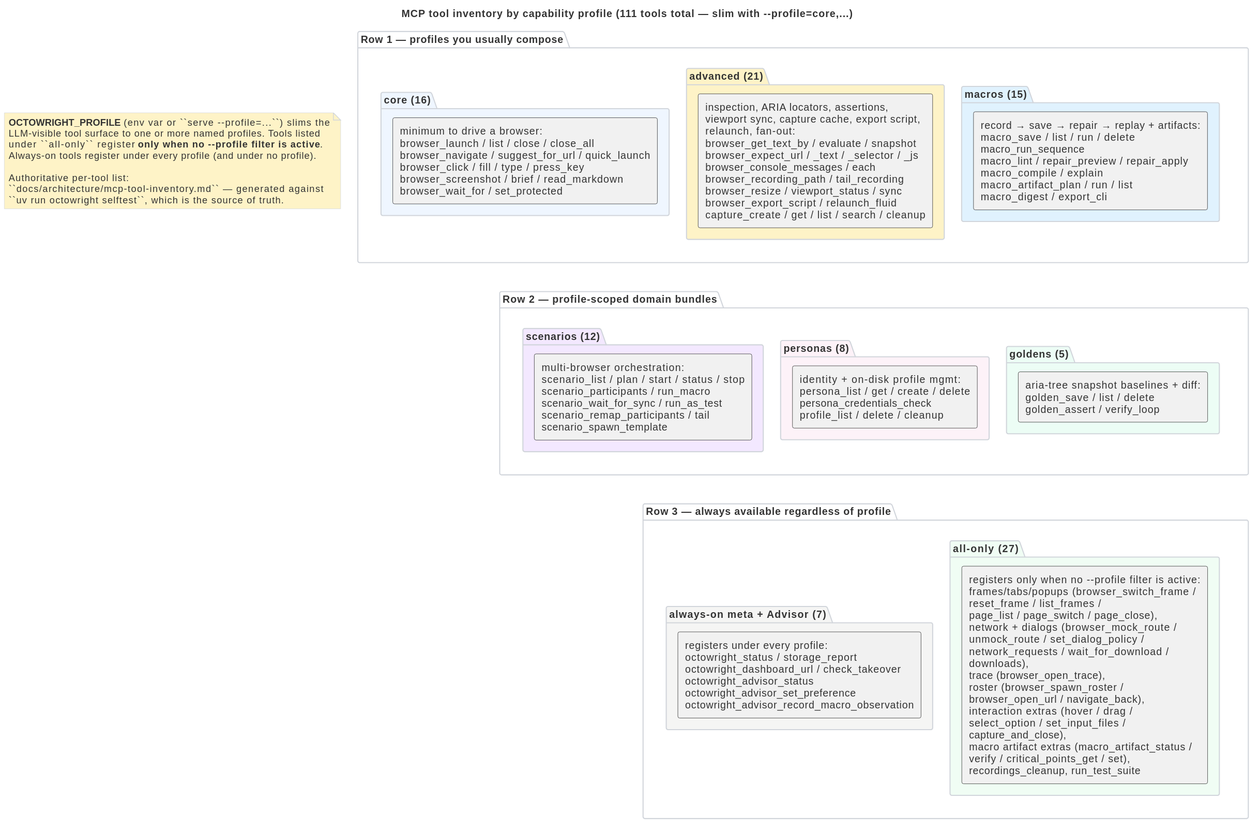
The PlantUML diagram docs/architecture/mcp-tool-surface.svg in livingstaccato/octowright, before a commit. Its source is kept beside it as docs/architecture/mcp-tool-surface.puml.
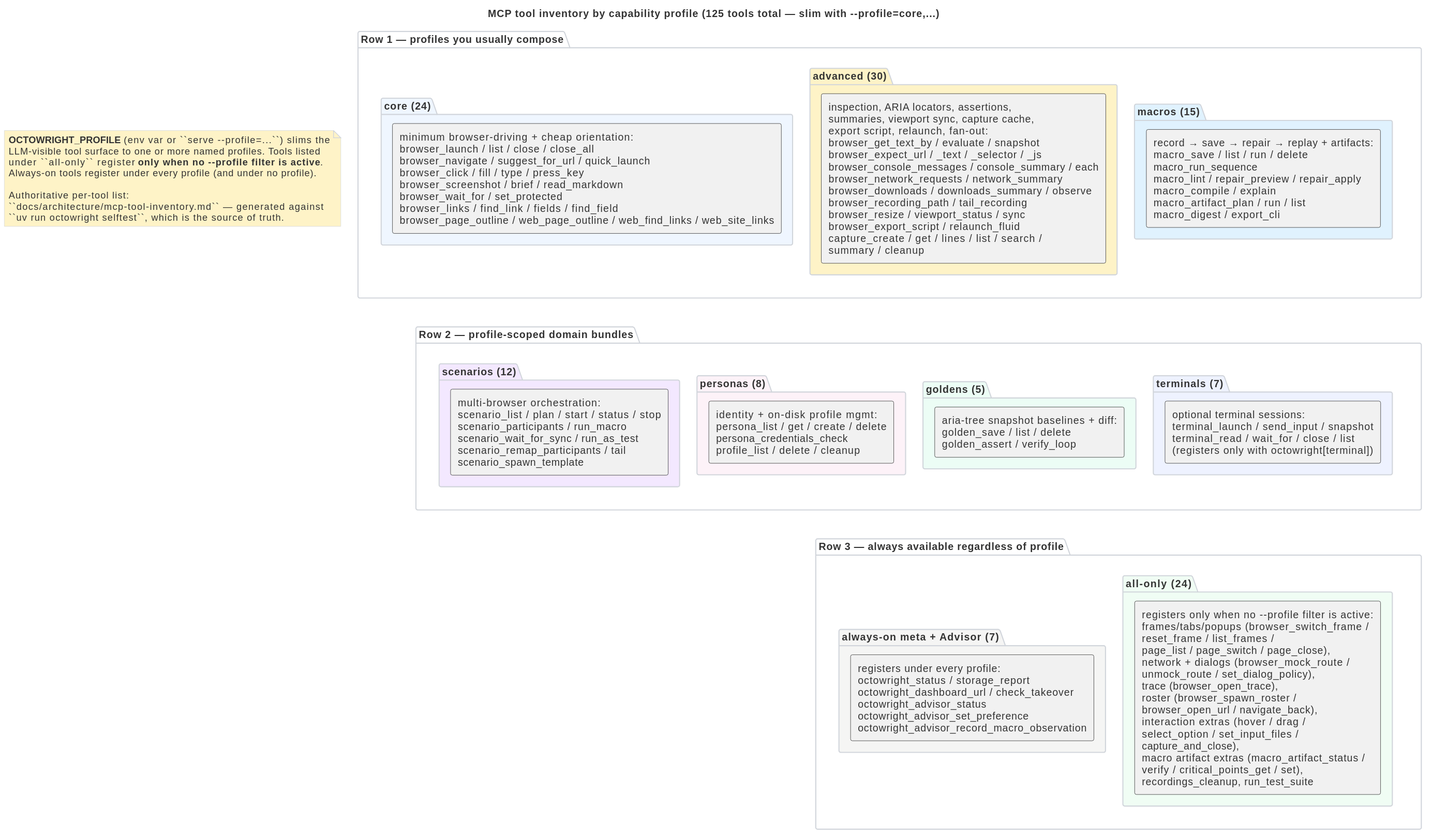
The same diagram one commit later.

Change to the diagram source:
```diff
@@ -1,5 +1,5 @@
 @startuml mcp-tool-surface
-title MCP tool inventory by capability profile (111 tools total — slim with --profile=core,...)
+title MCP tool inventory by capability profile (125 tools total — slim with --profile=core,...)
 
 skinparam backgroundColor #ffffff
 skinparam defaultFontColor #333333
@@ -22,11 +22,11 @@
 end note
 
 package "Row 1 — profiles you usually compose" as ROW1 #ffffff {
-  package "core (16)" as P_CORE #eff6ff {
-    rectangle "minimum to drive a browser:\nbrowser_launch / list / close / close_all\nbrowser_navigate / suggest_for_url / quick_launch\nbrowser_click / fill / type / press_key\nbrowser_screenshot / brief / read_markdown\nbrowser_wait_for / set_protected" as R_CORE
+  package "core (24)" as P_CORE #eff6ff {
+    rectangle "minimum browser-driving + cheap orientation:\nbrowser_launch / list / close / close_all\nbrowser_navigate / suggest_for_url / quick_launch\nbrowser_click / fill / type / press_key\nbrowser_screenshot / brief / read_markdown\nbrowser_wait_for / set_protected\nbrowser_links / find_link / fields / find_field\nbrowser_page_outline / web_page_outline / web_find_links / web_site_links" as R_CORE
   }
-  package "advanced (21)" as P_ADV #fef3c7 {
-    rectangle "inspection, ARIA locators, assertions,\nviewport sync, capture cache, export script,\nrelaunch, fan-out:\nbrowser_get_text_by / evaluate / snapshot\nbrowser_expect_url / _text / _selector / _js\nbrowser_console_messages / each\nbrowser_recording_path / tail_recording\nbrowser_resize / viewport_status / sync\nbrowser_export_script / relaunch_fluid\ncapture_create / get / list / search / cleanup" as R_ADV
+  package "advanced (30)" as P_ADV #fef3c7 {
+    rectangle "inspection, ARIA locators, assertions,\nsummaries, viewport sync, capture cache,\nexport script, relaunch, fan-out:\nbrowser_get_text_by / evaluate / snapshot\nbrowser_expect_url / _text / _selector / _js\nbrowser_console_messages / console_summary / each\nbrowser_network_requests / network_summary\nbrowser_downloads / downloads_summary / observe\nbrowser_recording_path / tail_recording\nbrowser_resize / viewport_status / sync\nbrowser_export_script / relaunch_fluid\ncapture_create / get / lines / list / search /\nsummary / cleanup" as R_ADV
   }
   package "macros (15)" as P_MAC #e0f2fe {
     rectangle "record → save → repair → replay + artifacts:\nmacro_save / list / run / delete\nmacro_run_sequence\nmacro_lint / repair_preview / repair_apply\nmacro_compile / explain\nmacro_artifact_plan / run / list\nmacro_digest / export_cli" as R_MAC
@@ -43,14 +43,17 @@
   package "goldens (5)" as P_GOLD #ecfdf5 {
     rectangle "aria-tree snapshot baselines + diff:\ngolden_save / list / delete\ngolden_assert / verify_loop" as R_GOLD
   }
+  package "terminals (7)" as P_TERM #eef2ff {
+    rectangle "optional terminal sessions:\nterminal_launch / send_input / snapshot\nterminal_read / wait_for / close / list\n(registers only with octowright[terminal])" as R_TERM
+  }
 }
 
 package "Row 3 — always available regardless of profile" as ROW3 #ffffff {
   package "always-on meta + Advisor (7)" as P_META #f5f5f4 {
     rectangle "registers under every profile:\noctowright_status / storage_report\noctowright_dashboard_url / check_takeover\noctowright_advisor_status\noctowright_advisor_set_preference\noctowright_advisor_record_macro_observation" as R_META
   }
-  package "all-only (27)" as P_ALL #f0fdf4 {
-    rectangle "registers only when no --profile filter is active:\nframes/tabs/popups (browser_switch_frame /\nreset_frame / list_frames /\npage_list / page_switch / page_close),\nnetwork + dialogs (browser_mock_route /\nunmock_route / set_dialog_policy /\nnetwork_requests / wait_for_download /\ndownloads),\ntrace (browser_open_trace),\nroster (browser_spawn_roster /\nbrowser_open_url / navigate_back),\ninteraction extras (hover / drag /\nselect_option / set_input_files /\ncapture_and_close),\nmacro artifact extras (macro_artifact_status /\nverify / critical_points_get / set),\nrecordings_cleanup, run_test_suite" as R_ALL
+  package "all-only (24)" as P_ALL #f0fdf4 {
+    rectangle "registers only when no --profile filter is active:\nframes/tabs/popups (browser_switch_frame /\nreset_frame / list_frames /\npage_list / page_switch / page_close),\nnetwork + dialogs (browser_mock_route /\nunmock_route / set_dialog_policy),\ntrace (browser_open_trace),\nroster (browser_spawn_roster /\nbrowser_open_url / navigate_back),\ninteraction extras (hover / drag /\nselect_option / set_input_files /\ncapture_and_close),\nmacro artifact extras (macro_artifact_status /\nverify / critical_points_get / set),\nrecordings_cleanup, run_test_suite" as R_ALL
   }
 }
 
```
